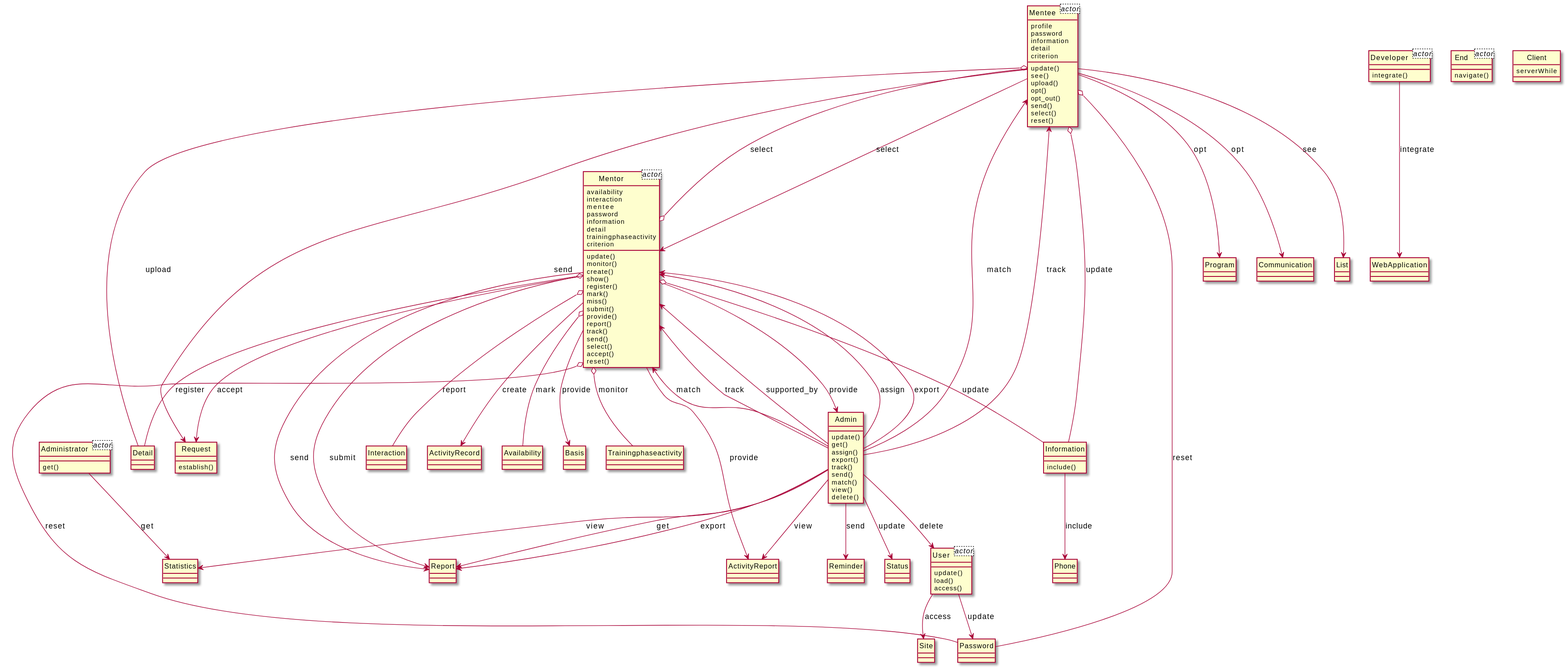
xixixhalu/DomainModelExtractor keeps this PlantUML diagram as output/diagram_5/2019-USC-Project13.svg. Above is the earlier version.
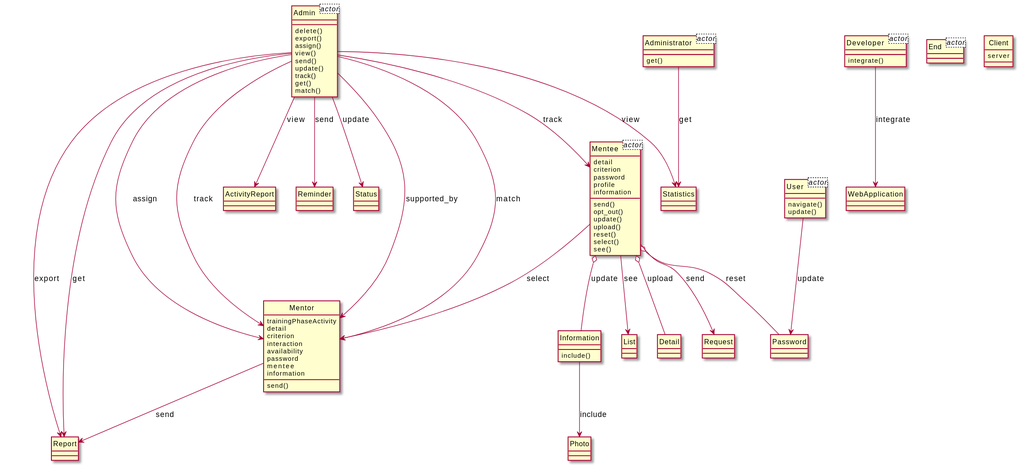
The same file after the commit.

Change to the diagram source:
```diff
@@ -1,21 +1,13 @@
 @startuml
 hide circle
+class Admin<actor> {
+}
 class Mentee<actor> {
-	profile
-	password
-	information
 	detail
 	criterion
-}
-class Mentor<actor> {
-	availability
-	interaction
-	mentee
 	password
+	profile
 	information
-	detail
-	trainingphaseactivity
-	criterion
 }
 class User<actor> {
 }
@@ -25,142 +17,95 @@
 }
 class Administrator<actor> {
 }
+class Mentor {
+	trainingPhaseActivity
+	detail
+	criterion
+	interaction
+	availability
+	password
+	mentee
+	information
+	send()
+}
 class Client {
-	serverWhile
+	server
 }
 class Admin {
+	delete()
+	export()
+	assign()
+	view()
+	send()
 	update()
+	track()
 	get()
-	assign()
-	export()
-	track()
+	match()
+}
+class Report {
+}
+class Developer {
+	integrate()
+}
+class WebApplication {
+}
+class Mentee {
 	send()
-	match()
-	view()
-	delete()
+	opt_out()
+	update()
+	upload()
+	reset()
+	select()
+	see()
 }
-class Mentor {
+class User {
+	navigate()
 	update()
-	monitor()
-	create()
-	show()
-	register()
-	mark()
-	miss()
-	submit()
-	provide()
-	report()
-	track()
-	send()
-	select()
-	accept()
-	reset()
+}
+class Password {
+}
+class Information {
+	include()
+}
+class Detail {
+}
+class Request {
+}
+class Statistics {
+}
+class List {
 }
 class Administrator {
 	get()
 }
 class ActivityReport {
 }
-class Interaction {
-}
-class ActivityRecord {
-}
-class Mentee {
-	update()
-	see()
-	upload()
-	opt()
-	opt_out()
-	send()
-	select()
-	reset()
-}
-class User {
-	update()
-	load()
-	access()
-}
-class Detail {
+class Photo {
 }
 class Reminder {
 }
 class Status {
 }
-class Request {
-	establish()
-}
-class Information {
-	include()
-}
-class Availability {
-}
-class Report {
-}
-class Site {
-}
-class Phone {
-}
-class Password {
-}
-class Basis {
-}
-class Program {
-}
-class Communication {
-}
-class Trainingphaseactivity {
-}
-class Statistics {
-}
-class Developer {
-	integrate()
-}
-class WebApplication {
-}
-class End {
-	navigate()
-}
-class List {
-}
-Mentor --> Request : accept
-Mentor --> ActivityRecord : create
-Mentor o-- Trainingphaseactivity : monitor
+Admin --> Mentee : track
+Admin --> Report : get
+Admin --> Mentor : match
+Developer --> WebApplication : integrate
+Admin --> ActivityReport : view
+User --> Password : update
+Mentee o-- Password : reset
+Information --> Photo : include
+Admin --> Mentor : supported_by
+Admin --> Mentor : assign
 Mentee o-- Information : update
+Admin --> Reminder : send
 Mentee o-- Detail : upload
+Admin --> Status : update
+Mentee --> Request : send
+Admin --> Statistics : view
 Admin --> Report : export
-Administrator --> Statistics : get
-Mentor o-- Detail : register
-Admin --> Mentor : assign
-User --> Site : access
-Admin --> Reminder : send
-Developer --> WebApplication : integrate
-Information --> Phone : include
-Admin --> Mentor : export
-Admin --> Statistics : view
-Mentee o-- Password : reset
-Admin --> Mentor : match
-Mentor --> Report : submit
-Mentor o-- Mentee : select
-Mentor o-- Password : reset
-Admin --> Mentor : track
-Admin --> Report : get
-Admin --> Status : update
-Mentor --> Admin : provide
-Admin --> Mentee : track
+Mentee --> Mentor : select
 Mentee --> List : see
 Mentor --> Report : send
-Mentor --> Basis : provide
-Admin --> Mentor : supported_by
-Mentee --> Request : send
-Admin --> Mentee : match
-User --> Password : update
-Mentee --> Program : opt
-Admin --> ActivityReport : view
-Admin --> User : delete
-Mentee --> Mentor : select
-Mentor --> ActivityReport : provide
-Mentor o-- Information : update
-Mentee --> Communication : opt
-Mentor o-- Availability : mark
-Mentor o-- Interaction : report
+Administrator --> Statistics : get
+Admin --> Mentor : track
 @enduml
```
